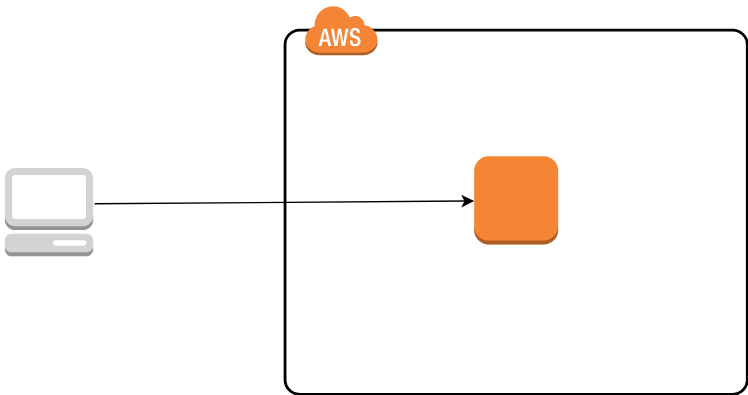
The draw.io diagram image/infra1.svg in ttokutake/aws_training, before a commit. Source tidied: cells renumbered, new cells last; positions are measured from the earlier drawing's top-left corner, leaving out a move shared by most shapes. Its diagram source:
```xml
<mxGraphModel background="#ffffff">
  <root>
    <mxCell id="0" />
    <mxCell id="1" parent="0" />
    <mxCell id="2" style="rounded=1;arcSize=4;dashed=0;strokeColor=#000000;fillColor=none;gradientColor=none;strokeWidth=2;shadow=0;comic=0;fontFamily=Verdana;fontSize=12;fontColor=#000000;html=1;" parent="1" vertex="1">
      <mxGeometry x="200" y="18" width="330" height="260" as="geometry" />
    </mxCell>
    <mxCell id="3" style="dashed=0;html=1;shape=mxgraph.aws3.management_console;fillColor=#D2D3D3;gradientColor=none;rounded=1;shadow=0;comic=0;strokeColor=#E6E6E6;strokeWidth=6;fontFamily=Verdana;fontSize=12;fontColor=#000000;" parent="1" vertex="1">
      <mxGeometry y="116.5" width="63" height="63" as="geometry" />
    </mxCell>
    <mxCell id="4" style="dashed=0;html=1;shape=mxgraph.aws3.cloud;fillColor=#F58536;gradientColor=none;dashed=0;rounded=1;shadow=0;comic=0;strokeColor=#E6E6E6;strokeWidth=6;fontFamily=Verdana;fontSize=12;fontColor=#000000;" parent="1" vertex="1">
      <mxGeometry x="214" width="52" height="36" as="geometry" />
    </mxCell>
    <mxCell id="5" style="dashed=0;html=1;shape=mxgraph.aws3.instance;fillColor=#F58534;gradientColor=none;" parent="1" vertex="1">
      <mxGeometry x="335" y="108" width="60" height="63" as="geometry" />
    </mxCell>
    <mxCell id="6" style="endArrow=classic;html=1;exitX=1.016;exitY=0.405;exitPerimeter=0;entryX=0;entryY=0.5;entryPerimeter=0;" parent="1" edge="1" source="3" target="5">
      <mxGeometry relative="1" as="geometry" />
    </mxCell>
  </root>
</mxGraphModel>
```
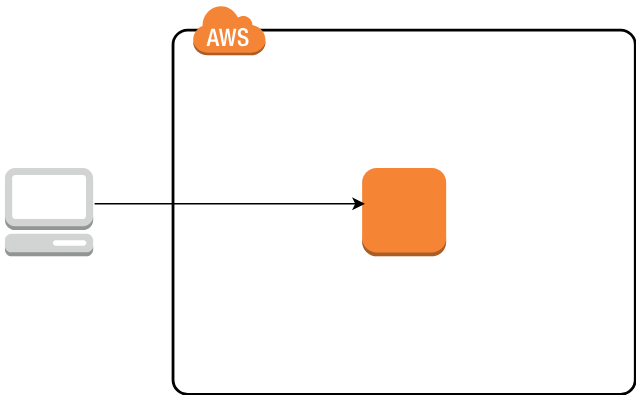
Above is the later version.

The edit, as a diff of the source:
```diff
@@ -6,15 +6,15 @@
       <mxGeometry x="200" y="18" width="330" height="260" as="geometry" />
     </mxCell>
     <mxCell id="3" style="dashed=0;html=1;shape=mxgraph.aws3.management_console;fillColor=#D2D3D3;gradientColor=none;rounded=1;shadow=0;comic=0;strokeColor=#E6E6E6;strokeWidth=6;fontFamily=Verdana;fontSize=12;fontColor=#000000;" parent="1" vertex="1">
-      <mxGeometry y="116.5" width="63" height="63" as="geometry" />
+      <mxGeometry x="80" y="116.5" width="63" height="63" as="geometry" />
     </mxCell>
     <mxCell id="4" style="dashed=0;html=1;shape=mxgraph.aws3.cloud;fillColor=#F58536;gradientColor=none;dashed=0;rounded=1;shadow=0;comic=0;strokeColor=#E6E6E6;strokeWidth=6;fontFamily=Verdana;fontSize=12;fontColor=#000000;" parent="1" vertex="1">
       <mxGeometry x="214" width="52" height="36" as="geometry" />
     </mxCell>
     <mxCell id="5" style="dashed=0;html=1;shape=mxgraph.aws3.instance;fillColor=#F58534;gradientColor=none;" parent="1" vertex="1">
-      <mxGeometry x="335" y="108" width="60" height="63" as="geometry" />
+      <mxGeometry x="335" y="116.5" width="60" height="63" as="geometry" />
     </mxCell>
-    <mxCell id="6" style="endArrow=classic;html=1;exitX=1.016;exitY=0.405;exitPerimeter=0;entryX=0;entryY=0.5;entryPerimeter=0;" parent="1" edge="1" source="3" target="5">
+    <mxCell id="6" style="endArrow=classic;html=1;exitX=1.016;exitY=0.405;exitPerimeter=0;entryX=0.033;entryY=0.405;entryPerimeter=0;" parent="1" edge="1" source="3" target="5">
       <mxGeometry relative="1" as="geometry" />
     </mxCell>
   </root>
```
